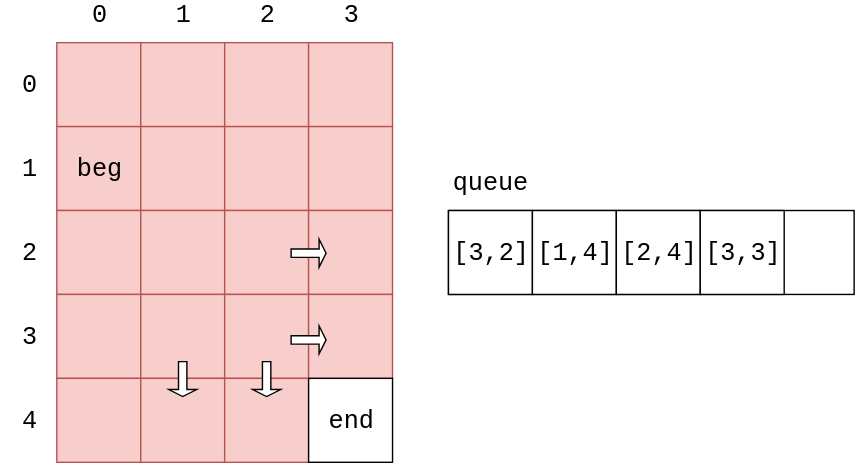
This is docs/Search/res/BreadthFirstSearch16.svg from linrongbin16/way-to-algorithm, a draw.io export, as it was before one commit. Source tidied: cells renumbered, new cells last; positions are measured from the earlier drawing's top-left corner, leaving out a move shared by most shapes.
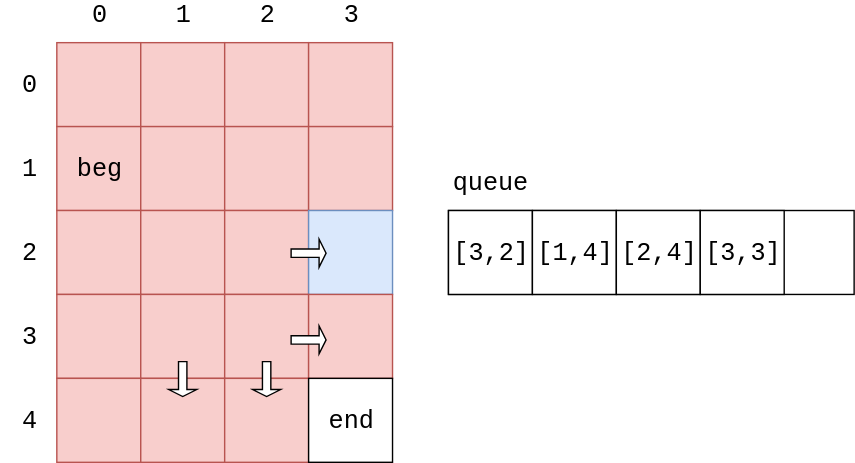
The same diagram one commit later.

What changed in the source:
```diff
@@ -62,7 +62,7 @@
     <mxCell id="21" style="rounded=0;whiteSpace=wrap;html=1;fontFamily=Courier New;fontSize=18;fillColor=#f8cecc;strokeColor=#b85450;shadow=0;" parent="1" vertex="1">
       <mxGeometry x="160" y="150" width="60" height="60" as="geometry" />
     </mxCell>
-    <mxCell id="22" style="rounded=0;whiteSpace=wrap;html=1;fontFamily=Courier New;fontSize=18;fillColor=#f8cecc;strokeColor=#b85450;" parent="1" vertex="1">
+    <mxCell id="22" style="rounded=0;whiteSpace=wrap;html=1;fontFamily=Courier New;fontSize=18;fillColor=#dae8fc;strokeColor=#6c8ebf;" parent="1" vertex="1">
       <mxGeometry x="220" y="150" width="60" height="60" as="geometry" />
     </mxCell>
     <mxCell id="23" style="rounded=0;whiteSpace=wrap;html=1;fontFamily=Courier New;fontSize=18;fillColor=#f8cecc;strokeColor=#b85450;" parent="1" vertex="1">
```
